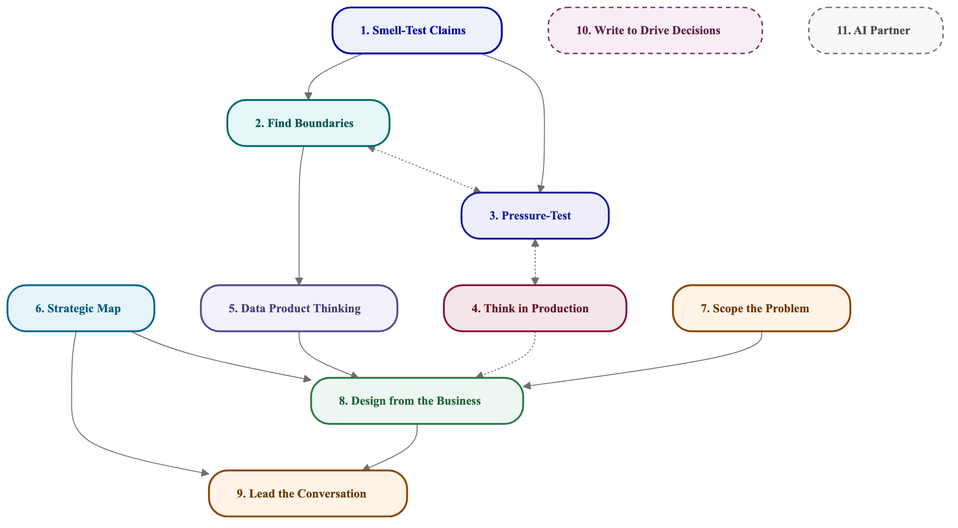
This is dist/capability-graph.png from cristoslc/tl-learning-plan, a Mermaid export, as it was before one commit. Its source is kept beside it as dist/capability-graph.mmd. Source of this version:
```mermaid
%%{init: {
  'theme': 'base',
  'themeVariables': {
    'primaryColor': '#eef0fa',
    'primaryBorderColor': '#00049E',
    'primaryTextColor': '#00049E',
    'lineColor': '#706F6F',
    'fontSize': '13px',
    'fontFamily': 'Arial, sans-serif',
    'edgeLabelBackground': '#ffffff'
  }
}}%%
graph TD
    C1["1. Smell-Test Claims"]
    C2["2. Find Boundaries"]
    C3["3. Pressure-Test"]
    C6["6. Strategic Map"]
    C4["4. Think in Production"]
    C5["5. Data Product Thinking"]
    C7["7. Scope the Problem"]
    C8["8. Design from the Business"]
    C9["9. Lead the Conversation"]
    C10["10. Write to Drive Decisions"]:::alongside
    C11["11. AI Partner"]:::alongside

    C1 --> C3
    C1 --> C2
    C2 <-.-> C3
    C3 <-.-> C4
    C2 --> C5
    C5 --> C8
    C4 -.-> C8
    C6 --> C8
    C7 --> C8
    C6 --> C9
    C8 --> C9

    classDef default fill:#eef0fa,stroke:#00049E,stroke-width:2px,color:#00049E,font-weight:700,rx:20,ry:20
    classDef alongside fill:#f8f8f8,stroke:#706F6F,stroke-width:1.5px,stroke-dasharray:5 4,color:#4a4a49,font-weight:600,rx:20,ry:20

    style C2 fill:#e6f7f7,stroke:#006b6b,color:#005555
    style C3 fill:#ededfc,stroke:#1a1f99,color:#1a1f99
    style C4 fill:#f2e6e9,stroke:#8a1538,color:#6b0f2a
    style C5 fill:#f2f0f8,stroke:#5a4a8a,color:#4a3d75
    style C6 fill:#e6f4fa,stroke:#00698f,color:#005a7a
    style C7 fill:#fef3e6,stroke:#8a4500,color:#6b3600
    style C8 fill:#edf7f1,stroke:#2d7a4a,color:#1f6338
    style C9 fill:#fef3e6,stroke:#8a4500,color:#6b3600
    style C10 fill:#f8edf4,stroke:#7a2d5a,color:#5e1d45
```
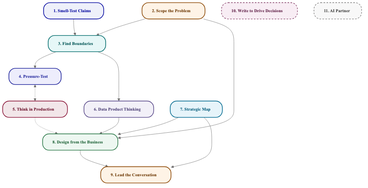
The same diagram one commit later.

Change to the diagram source:
```diff
@@ -12,38 +12,38 @@
 }}%%
 graph TD
     C1["1. Smell-Test Claims"]
-    C2["2. Find Boundaries"]
-    C3["3. Pressure-Test"]
-    C6["6. Strategic Map"]
-    C4["4. Think in Production"]
-    C5["5. Data Product Thinking"]
-    C7["7. Scope the Problem"]
+    C2["2. Scope the Problem"]
+    C3["3. Find Boundaries"]
+    C4["4. Pressure-Test"]
+    C5["5. Think in Production"]
+    C6["6. Data Product Thinking"]
+    C7["7. Strategic Map"]
     C8["8. Design from the Business"]
     C9["9. Lead the Conversation"]
     C10["10. Write to Drive Decisions"]:::alongside
     C11["11. AI Partner"]:::alongside
 
     C1 --> C3
-    C1 --> C2
-    C2 <-.-> C3
-    C3 <-.-> C4
-    C2 --> C5
-    C5 --> C8
-    C4 -.-> C8
+    C2 --> C3
+    C3 --> C4
+    C4 <-.-> C5
+    C3 --> C6
     C6 --> C8
+    C5 -.-> C8
+    C2 --> C8
     C7 --> C8
-    C6 --> C9
+    C7 --> C9
     C8 --> C9
 
     classDef default fill:#eef0fa,stroke:#00049E,stroke-width:2px,color:#00049E,font-weight:700,rx:20,ry:20
     classDef alongside fill:#f8f8f8,stroke:#706F6F,stroke-width:1.5px,stroke-dasharray:5 4,color:#4a4a49,font-weight:600,rx:20,ry:20
 
-    style C2 fill:#e6f7f7,stroke:#006b6b,color:#005555
-    style C3 fill:#ededfc,stroke:#1a1f99,color:#1a1f99
-    style C4 fill:#f2e6e9,stroke:#8a1538,color:#6b0f2a
-    style C5 fill:#f2f0f8,stroke:#5a4a8a,color:#4a3d75
-    style C6 fill:#e6f4fa,stroke:#00698f,color:#005a7a
-    style C7 fill:#fef3e6,stroke:#8a4500,color:#6b3600
+    style C2 fill:#fef3e6,stroke:#8a4500,color:#6b3600
+    style C3 fill:#e6f7f7,stroke:#006b6b,color:#005555
+    style C4 fill:#ededfc,stroke:#1a1f99,color:#1a1f99
+    style C5 fill:#f2e6e9,stroke:#8a1538,color:#6b0f2a
+    style C6 fill:#f2f0f8,stroke:#5a4a8a,color:#4a3d75
+    style C7 fill:#e6f4fa,stroke:#00698f,color:#005a7a
     style C8 fill:#edf7f1,stroke:#2d7a4a,color:#1f6338
     style C9 fill:#fef3e6,stroke:#8a4500,color:#6b3600
     style C10 fill:#f8edf4,stroke:#7a2d5a,color:#5e1d45
```
